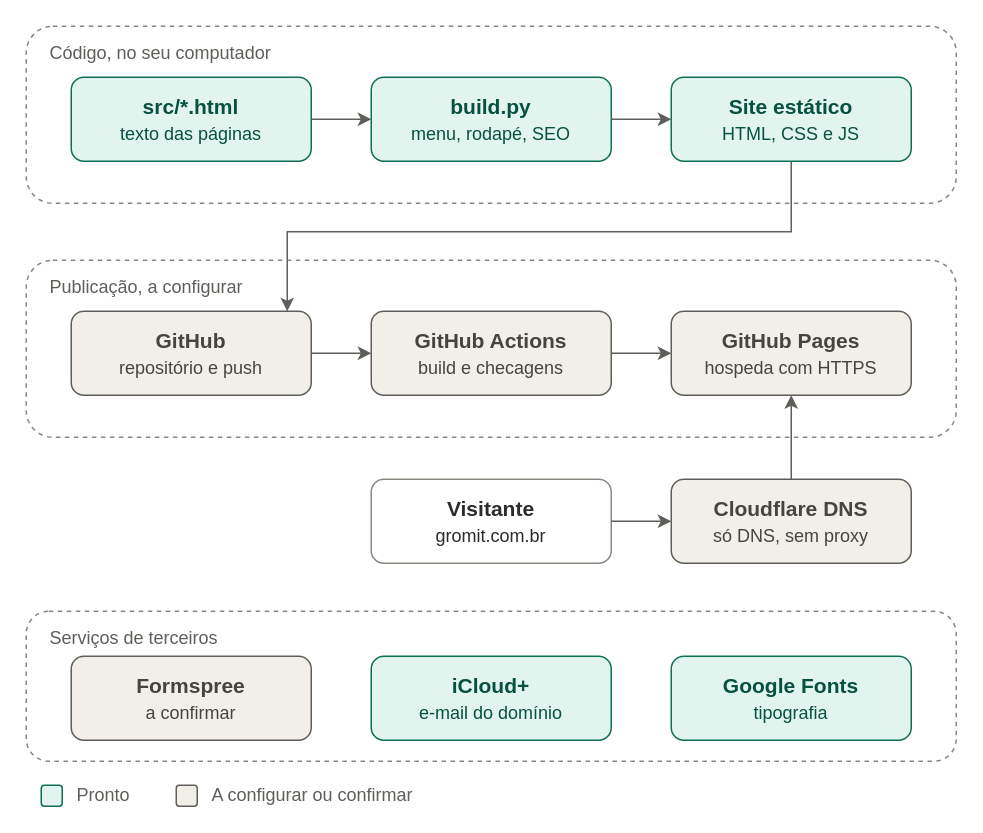
danilofreytas/gromit-innovation keeps this draw.io diagram as docs/gromit-site-arquitetura.drawio. Above is the earlier version. Source tidied: cells renumbered, new cells numbered last; positions are measured from the earlier drawing's top-left corner, leaving out a move shared by most shapes. Both pictures are drawn from the tidied source at 150%, with x=0, y=0 at pixel (26, 26).
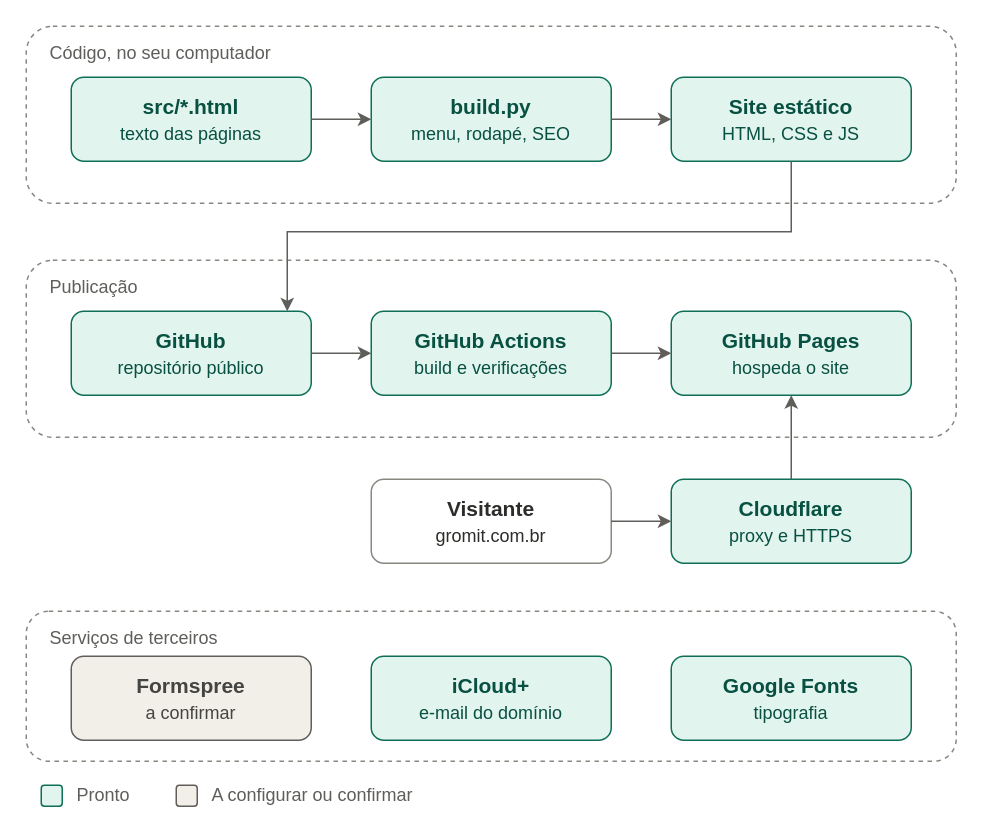
The same page after the edit.

Commit message (it also covers changes not shown here):
feat(infra): HTTPS do domínio pelo Cloudflare (proxy ligado), Terraform e documentação alinhados

The edit, as a diff of the source:
```diff
@@
-    <mxCell id="3" value="Publicação, a configurar" style="rounded=1;whiteSpace=wrap;html=1;dashed=1;fillColor=none;strokeColor=#888780;verticalAlign=top;align=left;spacingLeft=14;spacingTop=4;fontSize=12;fontColor=#5F5E5A;" parent="1" vertex="1">
+    <mxCell id="3" value="Publicação" style="rounded=1;whiteSpace=wrap;html=1;dashed=1;fillColor=none;strokeColor=#888780;verticalAlign=top;align=left;spacingLeft=14;spacingTop=4;fontSize=12;fontColor=#5F5E5A;" parent="1" vertex="1">
       <mxGeometry y="156" width="620" height="118" as="geometry" />
     </mxCell>
@@
-    <mxCell id="8" value="&lt;b&gt;GitHub&lt;/b&gt;&lt;br&gt;&lt;font style=&quot;font-size:12px&quot;&gt;repositório e push&lt;/font&gt;" style="rounded=1;whiteSpace=wrap;html=1;fillColor=#F1EFE8;strokeColor=#5F5E5A;fontColor=#444441;fontSize=14;" parent="1" vertex="1">
+    <mxCell id="8" value="&lt;b&gt;GitHub&lt;/b&gt;&lt;br&gt;&lt;font style=&quot;font-size:12px&quot;&gt;repositório público&lt;/font&gt;" style="rounded=1;whiteSpace=wrap;html=1;fillColor=#E1F5EE;strokeColor=#0F6E56;fontColor=#085041;fontSize=14;" parent="1" vertex="1">
       <mxGeometry x="30" y="190" width="160" height="56" as="geometry" />
     </mxCell>
-    <mxCell id="9" value="&lt;b&gt;GitHub Actions&lt;/b&gt;&lt;br&gt;&lt;font style=&quot;font-size:12px&quot;&gt;build e checagens&lt;/font&gt;" style="rounded=1;whiteSpace=wrap;html=1;fillColor=#F1EFE8;strokeColor=#5F5E5A;fontColor=#444441;fontSize=14;" parent="1" vertex="1">
+    <mxCell id="9" value="&lt;b&gt;GitHub Actions&lt;/b&gt;&lt;br&gt;&lt;font style=&quot;font-size:12px&quot;&gt;build e verificações&lt;/font&gt;" style="rounded=1;whiteSpace=wrap;html=1;fillColor=#E1F5EE;strokeColor=#0F6E56;fontColor=#085041;fontSize=14;" parent="1" vertex="1">
       <mxGeometry x="230" y="190" width="160" height="56" as="geometry" />
     </mxCell>
-    <mxCell id="10" value="&lt;b&gt;GitHub Pages&lt;/b&gt;&lt;br&gt;&lt;font style=&quot;font-size:12px&quot;&gt;hospeda com HTTPS&lt;/font&gt;" style="rounded=1;whiteSpace=wrap;html=1;fillColor=#F1EFE8;strokeColor=#5F5E5A;fontColor=#444441;fontSize=14;" parent="1" vertex="1">
+    <mxCell id="10" value="&lt;b&gt;GitHub Pages&lt;/b&gt;&lt;br&gt;&lt;font style=&quot;font-size:12px&quot;&gt;hospeda o site&lt;/font&gt;" style="rounded=1;whiteSpace=wrap;html=1;fillColor=#E1F5EE;strokeColor=#0F6E56;fontColor=#085041;fontSize=14;" parent="1" vertex="1">
       <mxGeometry x="430" y="190" width="160" height="56" as="geometry" />
     </mxCell>
@@
-    <mxCell id="12" value="&lt;b&gt;Cloudflare DNS&lt;/b&gt;&lt;br&gt;&lt;font style=&quot;font-size:12px&quot;&gt;só DNS, sem proxy&lt;/font&gt;" style="rounded=1;whiteSpace=wrap;html=1;fillColor=#F1EFE8;strokeColor=#5F5E5A;fontColor=#444441;fontSize=14;" parent="1" vertex="1">
+    <mxCell id="12" value="&lt;b&gt;Cloudflare&lt;/b&gt;&lt;br&gt;&lt;font style=&quot;font-size:12px&quot;&gt;proxy e HTTPS&lt;/font&gt;" style="rounded=1;whiteSpace=wrap;html=1;fillColor=#E1F5EE;strokeColor=#0F6E56;fontColor=#085041;fontSize=14;" parent="1" vertex="1">
       <mxGeometry x="430" y="302" width="160" height="56" as="geometry" />
     </mxCell>
```
